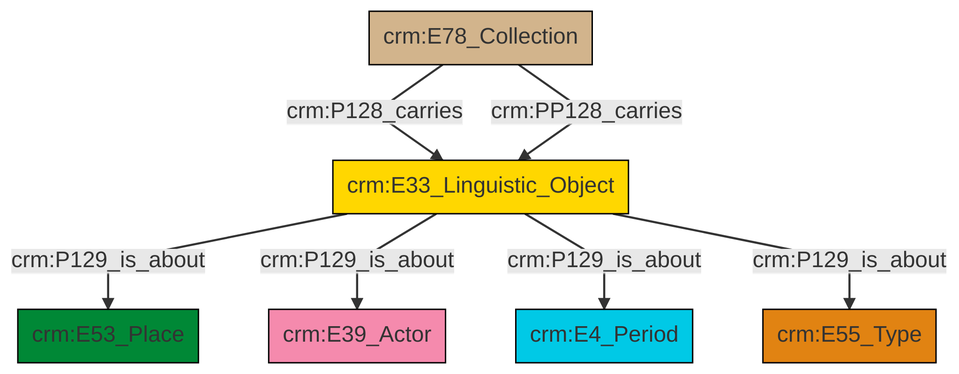
swiss-art-research-net/docs.swissartresearch keeps this Mermaid diagram as et/archivalCSV/ttl/mmd/png/archival_aboutness.png. Above is the earlier version. Its source is kept beside it as et/archivalCSV/ttl/mmd/archival_aboutness.ttl.mmd.
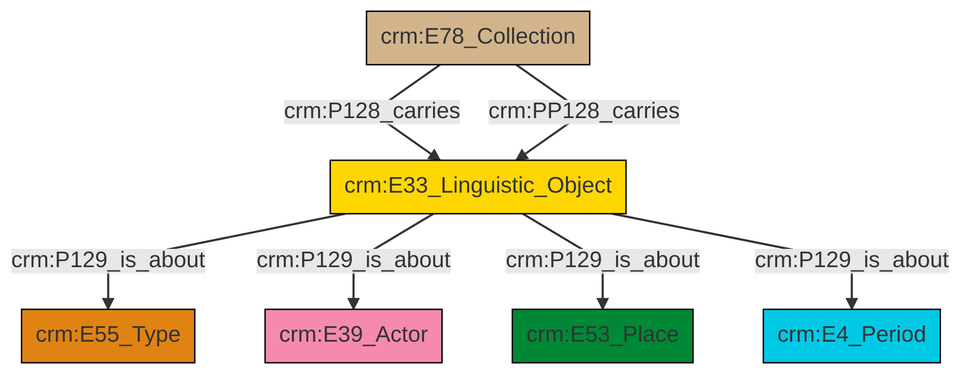
After the commit.

The edit, as a diff of the source:
```diff
@@ -13,9 +13,9 @@
 classDef PC_Classes fill:#4ce600, stroke:#000000;
 classDef Multi fill:#cccccc,stroke:#000000;
 
-2["crm:E33_Linguistic_Object"]:::Conceptual_Object -->|crm:P129_is_about| 3["crm:E53_Place"]:::Place
-0["crm:E78_Collection"]:::Physical_Thing -->|crm:P128_carries| 2["crm:E33_Linguistic_Object"]:::Conceptual_Object
-2["crm:E33_Linguistic_Object"]:::Conceptual_Object -->|crm:P129_is_about| 5["crm:E39_Actor"]:::Actor
-0["crm:E78_Collection"]:::Physical_Thing -->|crm:PP128_carries| 2["crm:E33_Linguistic_Object"]:::Conceptual_Object
-2["crm:E33_Linguistic_Object"]:::Conceptual_Object -->|crm:P129_is_about| 8["crm:E4_Period"]:::Temporal_Entity
-2["crm:E33_Linguistic_Object"]:::Conceptual_Object -->|crm:P129_is_about| 6["crm:E55_Type"]:::Type
+2["crm:E33_Linguistic_Object"]:::Conceptual_Object -->|crm:P129_is_about| 4["crm:E55_Type"]:::Type
+6["crm:E78_Collection"]:::Physical_Thing -->|crm:P128_carries| 2["crm:E33_Linguistic_Object"]:::Conceptual_Object
+2["crm:E33_Linguistic_Object"]:::Conceptual_Object -->|crm:P129_is_about| 7["crm:E39_Actor"]:::Actor
+2["crm:E33_Linguistic_Object"]:::Conceptual_Object -->|crm:P129_is_about| 8["crm:E53_Place"]:::Place
+2["crm:E33_Linguistic_Object"]:::Conceptual_Object -->|crm:P129_is_about| 0["crm:E4_Period"]:::Temporal_Entity
+6["crm:E78_Collection"]:::Physical_Thing -->|crm:PP128_carries| 2["crm:E33_Linguistic_Object"]:::Conceptual_Object
```
